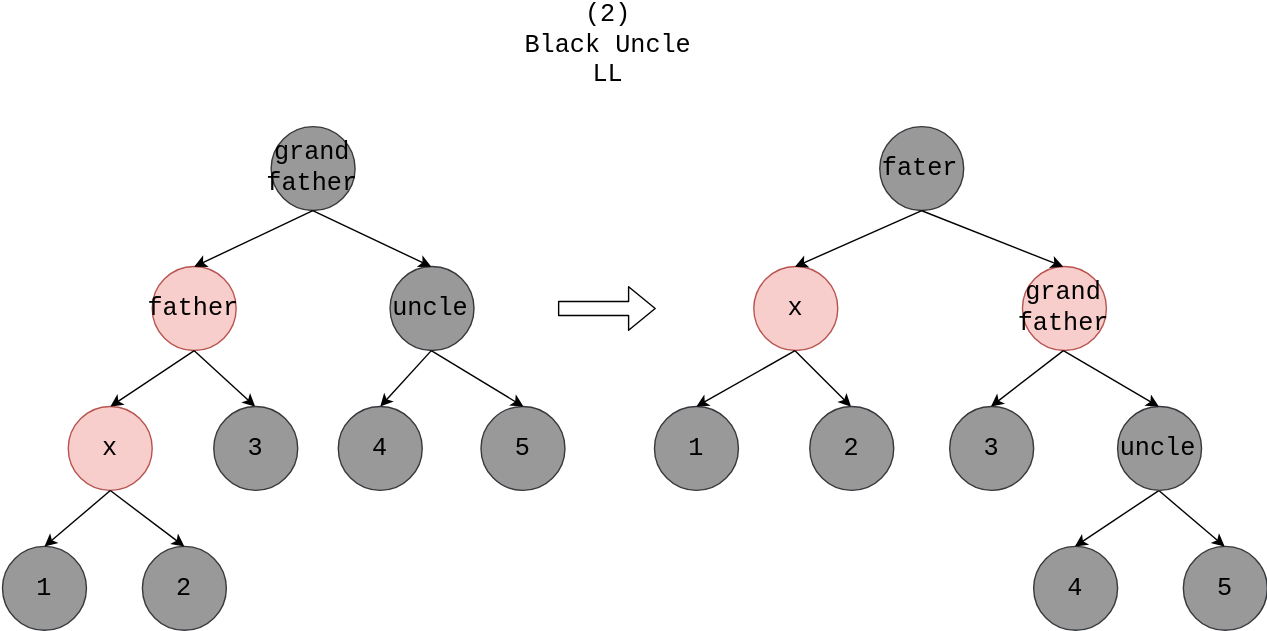
This is docs/DataStructure/res/RedBlackTree3.svg from linrongbin16/way-to-algorithm, a draw.io export, as it was before one commit. Source tidied: cells renumbered, new cells last; positions are measured from the earlier drawing's top-left corner, leaving out a move shared by most shapes.
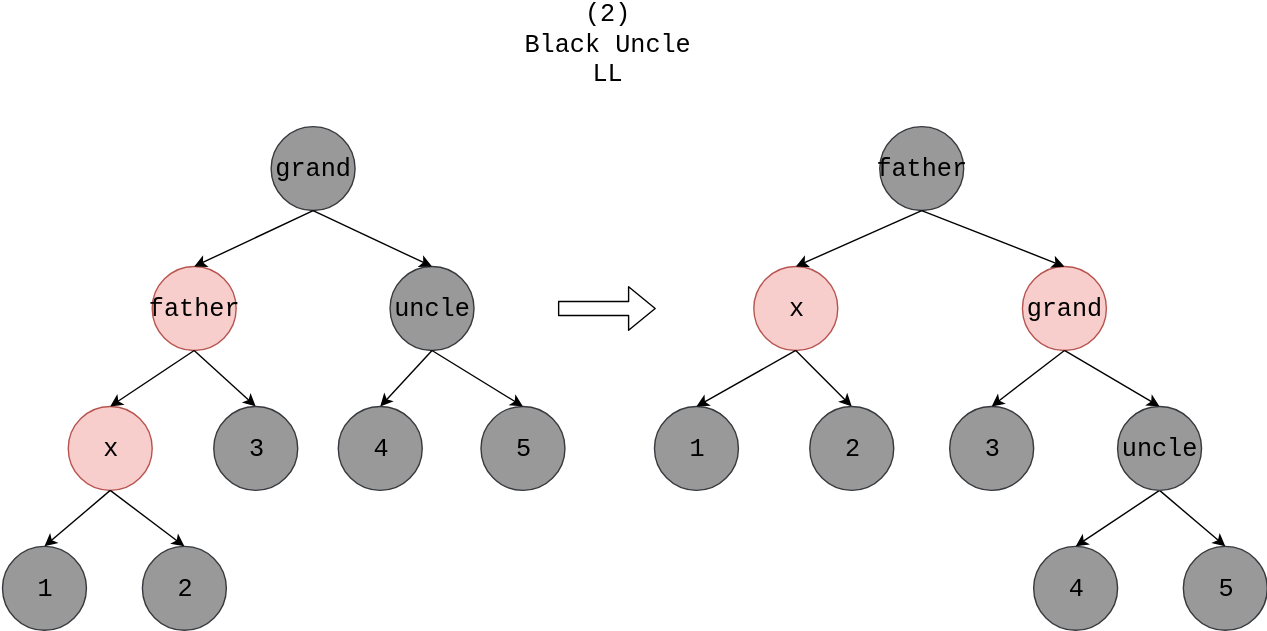
After the change.

Commit message:
smaller red black tree rotate picture

Diff of the diagram source:
```diff
@@ -2,7 +2,7 @@
   <root>
     <mxCell id="0" />
     <mxCell id="1" parent="0" />
-    <mxCell id="2" value="grand&lt;br&gt;father&lt;br&gt;" style="ellipse;whiteSpace=wrap;html=1;rounded=0;shadow=0;strokeColor=#36393d;fillColor=#999999;fontFamily=Courier New;fontSize=18;" parent="1" vertex="1">
+    <mxCell id="2" value="grand&lt;br&gt;" style="ellipse;whiteSpace=wrap;html=1;rounded=0;shadow=0;strokeColor=#36393d;fillColor=#999999;fontFamily=Courier New;fontSize=18;" parent="1" vertex="1">
       <mxGeometry x="192.5" y="70" width="60" height="60" as="geometry" />
     </mxCell>
     <mxCell id="3" value="father" style="ellipse;whiteSpace=wrap;html=1;rounded=0;shadow=0;strokeColor=#b85450;fillColor=#f8cecc;fontFamily=Courier New;fontSize=18;" parent="1" vertex="1">
@@ -62,13 +62,13 @@
     <mxCell id="20" style="endArrow=classic;html=1;fontFamily=Courier New;fontSize=18;exitX=0.5;exitY=1;entryX=0.5;entryY=0;" parent="1" edge="1" source="4" target="18">
       <mxGeometry relative="1" as="geometry" />
     </mxCell>
-    <mxCell id="21" value="fater&lt;br&gt;" style="ellipse;whiteSpace=wrap;html=1;rounded=0;shadow=0;strokeColor=#36393d;fillColor=#999999;fontFamily=Courier New;fontSize=18;" parent="1" vertex="1">
+    <mxCell id="21" value="father&lt;br&gt;" style="ellipse;whiteSpace=wrap;html=1;rounded=0;shadow=0;strokeColor=#36393d;fillColor=#999999;fontFamily=Courier New;fontSize=18;" parent="1" vertex="1">
       <mxGeometry x="628" y="70" width="60" height="60" as="geometry" />
     </mxCell>
     <mxCell id="22" value="x" style="ellipse;whiteSpace=wrap;html=1;rounded=0;shadow=0;strokeColor=#b85450;fillColor=#f8cecc;fontFamily=Courier New;fontSize=18;" parent="1" vertex="1">
       <mxGeometry x="537.5" y="170" width="60" height="60" as="geometry" />
     </mxCell>
-    <mxCell id="23" value="grand&lt;br&gt;father&lt;br&gt;" style="ellipse;whiteSpace=wrap;html=1;rounded=0;shadow=0;strokeColor=#b85450;fillColor=#f8cecc;fontFamily=Courier New;fontSize=18;" parent="1" vertex="1">
+    <mxCell id="23" value="grand&lt;br&gt;" style="ellipse;whiteSpace=wrap;html=1;rounded=0;shadow=0;strokeColor=#b85450;fillColor=#f8cecc;fontFamily=Courier New;fontSize=18;" parent="1" vertex="1">
       <mxGeometry x="729.5" y="170" width="60" height="60" as="geometry" />
     </mxCell>
     <mxCell id="24" value="1" style="ellipse;whiteSpace=wrap;html=1;rounded=0;shadow=0;strokeColor=#36393d;fillColor=#999999;fontFamily=Courier New;fontSize=18;" parent="1" vertex="1">
```
